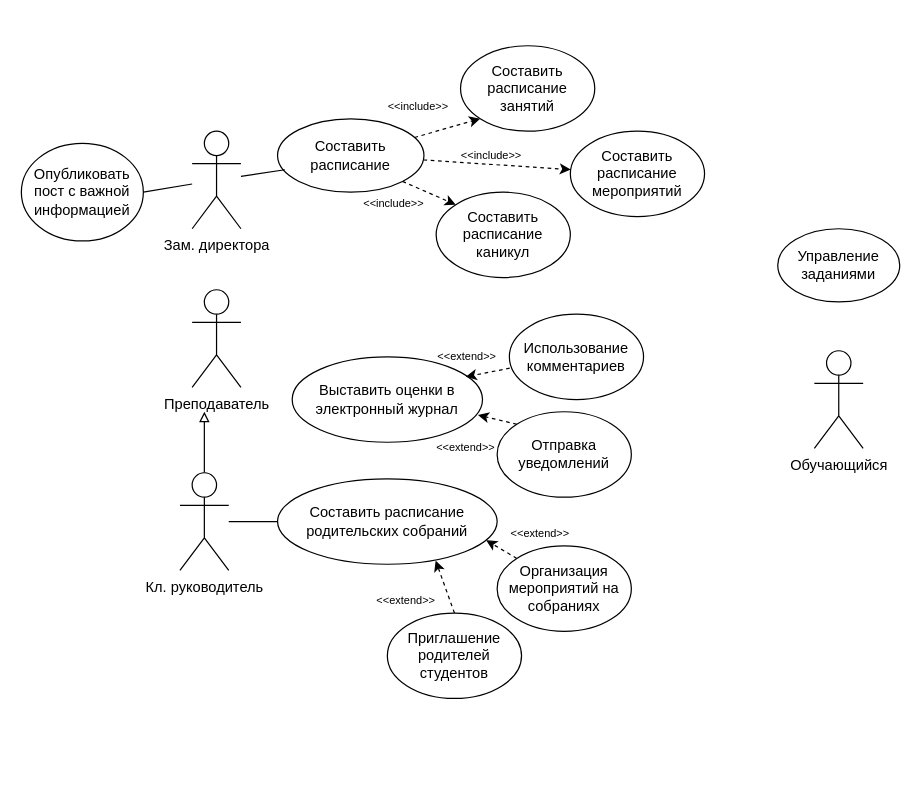
dubnart/netology keeps this draw.io diagram as Диаграмма без названия.drawio. Above is the earlier version. Source tidied: cells renumbered, new cells numbered last; positions are measured from the earlier drawing's top-left corner, leaving out a move shared by most shapes. Both pictures are drawn from the tidied source at 122%, with x=0, y=0 at pixel (21, 45).
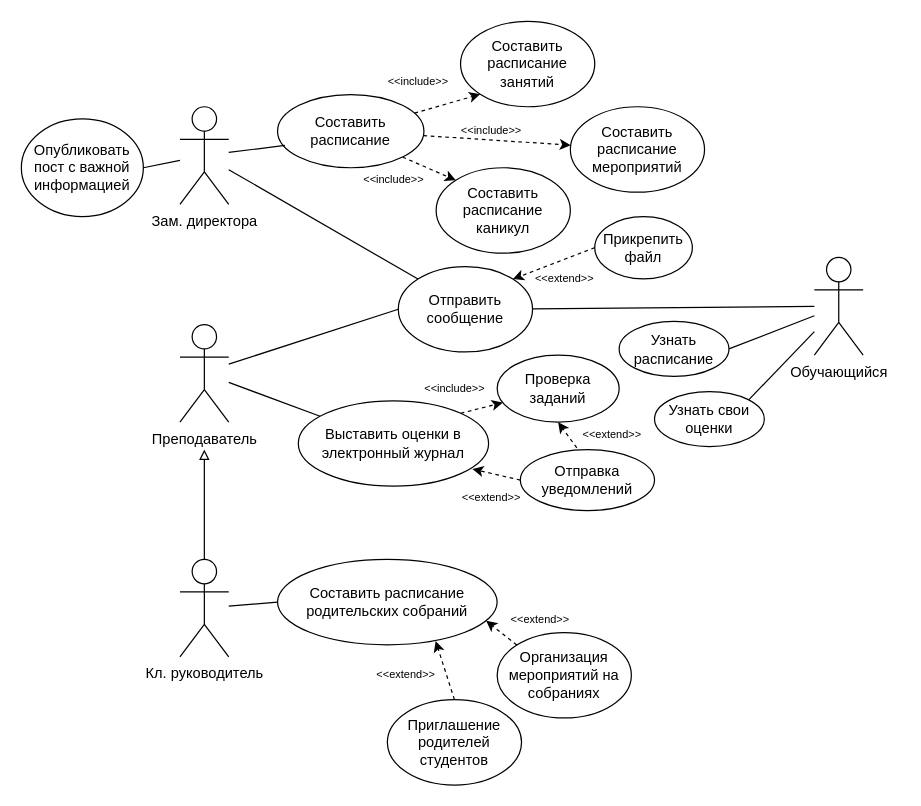
Above is the later version.

The edit, as a diff of the source:
```diff
@@
     <mxCell id="2" value="Зам. директора" style="shape=umlActor;verticalLabelPosition=bottom;verticalAlign=top;html=1;outlineConnect=0;" parent="1" vertex="1">
-      <mxGeometry x="140" y="70" width="40" height="80" as="geometry" />
+      <mxGeometry x="130" y="50" width="40" height="80" as="geometry" />
     </mxCell>
     <mxCell id="3" value="Опубликовать пост с важной информацией" style="ellipse;whiteSpace=wrap;html=1;" parent="1" vertex="1">
-      <mxGeometry y="80" width="100" height="80" as="geometry" />
+      <mxGeometry y="60" width="100" height="80" as="geometry" />
     </mxCell>
@@
     <mxCell id="7" value="Составить расписание" style="ellipse;whiteSpace=wrap;html=1;" parent="1" vertex="1">
-      <mxGeometry x="210" y="60" width="120" height="60" as="geometry" />
+      <mxGeometry x="210" y="40" width="120" height="60" as="geometry" />
     </mxCell>
     <mxCell id="8" value="Составить расписание мероприятий" style="ellipse;whiteSpace=wrap;html=1;" parent="1" vertex="1">
-      <mxGeometry x="450" y="70" width="110" height="70" as="geometry" />
+      <mxGeometry x="450" y="50" width="110" height="70" as="geometry" />
     </mxCell>
     <mxCell id="9" value="Составить расписание занятий" style="ellipse;whiteSpace=wrap;html=1;" parent="1" vertex="1">
-      <mxGeometry x="360" width="110" height="70" as="geometry" />
+      <mxGeometry x="360" y="-20" width="110" height="70" as="geometry" />
     </mxCell>
     <mxCell id="10" value="Составить расписание каникул" style="ellipse;whiteSpace=wrap;html=1;" parent="1" vertex="1">
-      <mxGeometry x="340" y="120" width="110" height="70" as="geometry" />
+      <mxGeometry x="340" y="100" width="110" height="70" as="geometry" />
     </mxCell>
     <mxCell id="11" value="Обучающийся" style="shape=umlActor;verticalLabelPosition=bottom;verticalAlign=top;html=1;outlineConnect=0;" parent="1" vertex="1">
-      <mxGeometry x="650" y="250" width="40" height="80" as="geometry" />
+      <mxGeometry x="650" y="173.5" width="40" height="80" as="geometry" />
     </mxCell>
     <mxCell id="12" style="edgeStyle=orthogonalEdgeStyle;rounded=0;jettySize=auto;html=1;exitX=0.5;exitY=0;exitDx=0;exitDy=0;exitPerimeter=0;endArrow=block;endFill=0;" parent="1" edge="1" source="13">
       <mxGeometry relative="1" as="geometry">
-        <mxPoint x="150" y="300" as="targetPoint" />
+        <mxPoint x="150" y="331" as="targetPoint" />
       </mxGeometry>
     </mxCell>
     <mxCell id="13" value="Кл. руководитель" style="shape=umlActor;verticalLabelPosition=bottom;verticalAlign=top;html=1;outlineConnect=0;" parent="1" vertex="1">
-      <mxGeometry x="130" y="350" width="40" height="80" as="geometry" />
+      <mxGeometry x="130" y="421" width="40" height="80" as="geometry" />
     </mxCell>
-    <mxCell id="14" value="Управление заданиями" style="ellipse;whiteSpace=wrap;html=1;" parent="1" vertex="1">
-      <mxGeometry x="620" y="150" width="100" height="60" as="geometry" />
-    </mxCell>
@@
     <mxCell id="18" value="Составить расписание родительских собраний" style="ellipse;whiteSpace=wrap;html=1;" parent="1" vertex="1">
-      <mxGeometry x="210" y="355" width="180" height="70" as="geometry" />
+      <mxGeometry x="210" y="421" width="180" height="70" as="geometry" />
     </mxCell>
     <mxCell id="19" value="Организация мероприятий на собраниях" style="ellipse;whiteSpace=wrap;html=1;" parent="1" vertex="1">
-      <mxGeometry x="390" y="410" width="110" height="70" as="geometry" />
+      <mxGeometry x="390" y="481" width="110" height="70" as="geometry" />
     </mxCell>
     <mxCell id="20" value="Приглашение родителей студентов" style="ellipse;whiteSpace=wrap;html=1;" parent="1" vertex="1">
-      <mxGeometry x="300" y="465" width="110" height="70" as="geometry" />
+      <mxGeometry x="300" y="536" width="110" height="70" as="geometry" />
     </mxCell>
-    <mxCell id="21" value="Выставить оценки в электронный журнал" style="ellipse;whiteSpace=wrap;html=1;" parent="1" vertex="1">
-      <mxGeometry x="222" y="255" width="156" height="70" as="geometry" />
+    <mxCell id="21" value="Проверка заданий" style="ellipse;whiteSpace=wrap;html=1;" parent="1" vertex="1">
+      <mxGeometry x="390" y="253.5" width="100" height="55" as="geometry" />
     </mxCell>
     <mxCell id="22" value="Отправка уведомлений" style="ellipse;whiteSpace=wrap;html=1;" parent="1" vertex="1">
-      <mxGeometry x="390" y="300" width="110" height="70" as="geometry" />
+      <mxGeometry x="409" y="331" width="110" height="50" as="geometry" />
     </mxCell>
-    <mxCell id="23" value="Использование комментариев" style="ellipse;whiteSpace=wrap;html=1;" parent="1" vertex="1">
-      <mxGeometry x="400" y="220" width="110" height="70" as="geometry" />
-    </mxCell>
-    <mxCell id="24" style="rounded=0;jettySize=auto;html=1;exitX=0;exitY=0;exitDx=0;exitDy=0;entryX=0.976;entryY=0.681;entryDx=0;entryDy=0;entryPerimeter=0;dashed=1;" parent="1" edge="1" source="22" target="21">
-      <mxGeometry relative="1" as="geometry" />
-    </mxCell>
-    <mxCell id="25" style="rounded=0;jettySize=auto;html=1;exitX=0.003;exitY=0.633;exitDx=0;exitDy=0;entryX=0.912;entryY=0.233;entryDx=0;entryDy=0;entryPerimeter=0;dashed=1;exitPerimeter=0;" parent="1" edge="1" source="23" target="21">
-      <mxGeometry relative="1" as="geometry" />
-    </mxCell>
     <mxCell id="26" value="&amp;lt;&amp;lt;extend&amp;gt;&amp;gt;" style="text;html=1;align=center;verticalAlign=middle;strokeColor=none;fillColor=none;fontSize=9;" parent="1" vertex="1">
-      <mxGeometry x="390" y="390" width="70" height="20" as="geometry" />
+      <mxGeometry x="390" y="461" width="70" height="20" as="geometry" />
     </mxCell>
     <mxCell id="27" value="&amp;lt;&amp;lt;extend&amp;gt;&amp;gt;" style="text;html=1;align=center;verticalAlign=middle;strokeColor=none;fillColor=none;fontSize=9;" parent="1" vertex="1">
-      <mxGeometry x="280" y="445" width="70" height="20" as="geometry" />
+      <mxGeometry x="280" y="506" width="70" height="20" as="geometry" />
     </mxCell>
     <mxCell id="28" value="&amp;lt;&amp;lt;extend&amp;gt;&amp;gt;" style="text;html=1;align=center;verticalAlign=middle;strokeColor=none;fillColor=none;fontSize=9;" parent="1" vertex="1">
-      <mxGeometry x="329" y="320" width="70" height="20" as="geometry" />
+      <mxGeometry x="449" y="308.5" width="70" height="20" as="geometry" />
     </mxCell>
-    <mxCell id="29" value="&amp;lt;&amp;lt;extend&amp;gt;&amp;gt;" style="text;html=1;align=center;verticalAlign=middle;strokeColor=none;fillColor=none;fontSize=9;" parent="1" vertex="1">
-      <mxGeometry x="330" y="245" width="70" height="20" as="geometry" />
-    </mxCell>
     <mxCell id="30" value="Преподаватель" style="shape=umlActor;verticalLabelPosition=bottom;verticalAlign=top;html=1;outlineConnect=0;" parent="1" vertex="1">
-      <mxGeometry x="140" y="200" width="40" height="80" as="geometry" />
+      <mxGeometry x="130" y="228.5" width="40" height="80" as="geometry" />
     </mxCell>
@@
     <mxCell id="33" value="&amp;lt;&amp;lt;include&amp;gt;&amp;gt;" style="text;html=1;align=center;verticalAlign=middle;strokeColor=none;fillColor=none;fontSize=9;" parent="1" vertex="1">
-      <mxGeometry x="290" y="40" width="70" height="20" as="geometry" />
+      <mxGeometry x="290" y="20" width="70" height="20" as="geometry" />
     </mxCell>
     <mxCell id="34" value="&amp;lt;&amp;lt;include&amp;gt;&amp;gt;" style="text;html=1;align=center;verticalAlign=middle;strokeColor=none;fillColor=none;fontSize=9;" parent="1" vertex="1">
-      <mxGeometry x="350" y="80" width="70" height="20" as="geometry" />
+      <mxGeometry x="350" y="60" width="70" height="20" as="geometry" />
     </mxCell>
     <mxCell id="35" value="&amp;lt;&amp;lt;include&amp;gt;&amp;gt;" style="text;html=1;align=center;verticalAlign=middle;strokeColor=none;fillColor=none;fontSize=9;" parent="1" vertex="1">
-      <mxGeometry x="270" y="120" width="70" height="20" as="geometry" />
+      <mxGeometry x="270" y="100" width="70" height="20" as="geometry" />
     </mxCell>
+    <mxCell id="36" style="rounded=0;jettySize=auto;html=1;exitX=1;exitY=0;exitDx=0;exitDy=0;dashed=1;" parent="1" edge="1" source="38" target="21">
+      <mxGeometry relative="1" as="geometry" />
+    </mxCell>
+    <mxCell id="37" style="rounded=0;jettySize=auto;html=1;endArrow=none;endFill=0;" parent="1" edge="1" source="38" target="30">
+      <mxGeometry relative="1" as="geometry" />
+    </mxCell>
+    <mxCell id="38" value="Выставить оценки в электронный журнал" style="ellipse;whiteSpace=wrap;html=1;" parent="1" vertex="1">
+      <mxGeometry x="227" y="291" width="156" height="70" as="geometry" />
+    </mxCell>
+    <mxCell id="39" value="&amp;lt;&amp;lt;include&amp;gt;&amp;gt;" style="text;html=1;align=center;verticalAlign=middle;strokeColor=none;fillColor=none;fontSize=9;" parent="1" vertex="1">
+      <mxGeometry x="320" y="271" width="70" height="20" as="geometry" />
+    </mxCell>
+    <mxCell id="24" style="rounded=0;jettySize=auto;html=1;exitX=0.421;exitY=-0.027;exitDx=0;exitDy=0;entryX=0.5;entryY=1;entryDx=0;entryDy=0;dashed=1;exitPerimeter=0;" parent="1" edge="1" source="22" target="21">
+      <mxGeometry relative="1" as="geometry" />
+    </mxCell>
+    <mxCell id="40" style="rounded=0;jettySize=auto;html=1;exitX=0;exitY=0.5;exitDx=0;exitDy=0;entryX=0.915;entryY=0.8;entryDx=0;entryDy=0;entryPerimeter=0;dashed=1;" parent="1" edge="1" source="22" target="38">
+      <mxGeometry relative="1" as="geometry" />
+    </mxCell>
+    <mxCell id="41" value="&amp;lt;&amp;lt;extend&amp;gt;&amp;gt;" style="text;html=1;align=center;verticalAlign=middle;strokeColor=none;fillColor=none;fontSize=9;" parent="1" vertex="1">
+      <mxGeometry x="350" y="361" width="70" height="20" as="geometry" />
+    </mxCell>
+    <mxCell id="42" style="rounded=0;jettySize=auto;html=1;endArrow=none;endFill=0;" parent="1" edge="1" source="44" target="11">
+      <mxGeometry relative="1" as="geometry" />
+    </mxCell>
+    <mxCell id="43" style="rounded=0;jettySize=auto;html=1;exitX=0;exitY=0;exitDx=0;exitDy=0;endArrow=none;endFill=0;" parent="1" edge="1" source="44" target="2">
+      <mxGeometry relative="1" as="geometry" />
+    </mxCell>
+    <mxCell id="44" value="Отправить сообщение" style="ellipse;whiteSpace=wrap;html=1;" parent="1" vertex="1">
+      <mxGeometry x="309" y="181" width="110" height="70" as="geometry" />
+    </mxCell>
+    <mxCell id="45" style="rounded=0;jettySize=auto;html=1;exitX=0;exitY=0.5;exitDx=0;exitDy=0;endArrow=none;endFill=0;" parent="1" edge="1" source="44">
+      <mxGeometry relative="1" as="geometry">
+        <mxPoint x="170" y="261" as="targetPoint" />
+      </mxGeometry>
+    </mxCell>
+    <mxCell id="46" style="rounded=0;jettySize=auto;html=1;exitX=0;exitY=0.5;exitDx=0;exitDy=0;entryX=1;entryY=0;entryDx=0;entryDy=0;dashed=1;" parent="1" edge="1" source="47" target="44">
+      <mxGeometry relative="1" as="geometry" />
+    </mxCell>
+    <mxCell id="47" value="Прикрепить файл" style="ellipse;whiteSpace=wrap;html=1;" parent="1" vertex="1">
+      <mxGeometry x="470" y="140" width="80" height="51" as="geometry" />
+    </mxCell>
+    <mxCell id="48" value="&amp;lt;&amp;lt;extend&amp;gt;&amp;gt;" style="text;html=1;align=center;verticalAlign=middle;strokeColor=none;fillColor=none;fontSize=9;" parent="1" vertex="1">
+      <mxGeometry x="410" y="181" width="70" height="20" as="geometry" />
+    </mxCell>
+    <mxCell id="49" style="rounded=0;jettySize=auto;html=1;exitX=1;exitY=0.5;exitDx=0;exitDy=0;endArrow=none;endFill=0;" parent="1" edge="1" source="50" target="11">
+      <mxGeometry relative="1" as="geometry" />
+    </mxCell>
+    <mxCell id="50" value="Узнать расписание" style="ellipse;whiteSpace=wrap;html=1;" parent="1" vertex="1">
+      <mxGeometry x="490" y="226" width="90" height="45" as="geometry" />
+    </mxCell>
+    <mxCell id="51" style="rounded=0;jettySize=auto;html=1;exitX=1;exitY=0;exitDx=0;exitDy=0;endArrow=none;endFill=0;" parent="1" edge="1" source="52" target="11">
+      <mxGeometry relative="1" as="geometry" />
+    </mxCell>
+    <mxCell id="52" value="Узнать свои оценки" style="ellipse;whiteSpace=wrap;html=1;" parent="1" vertex="1">
+      <mxGeometry x="519" y="283.5" width="90" height="45" as="geometry" />
+    </mxCell>
```
